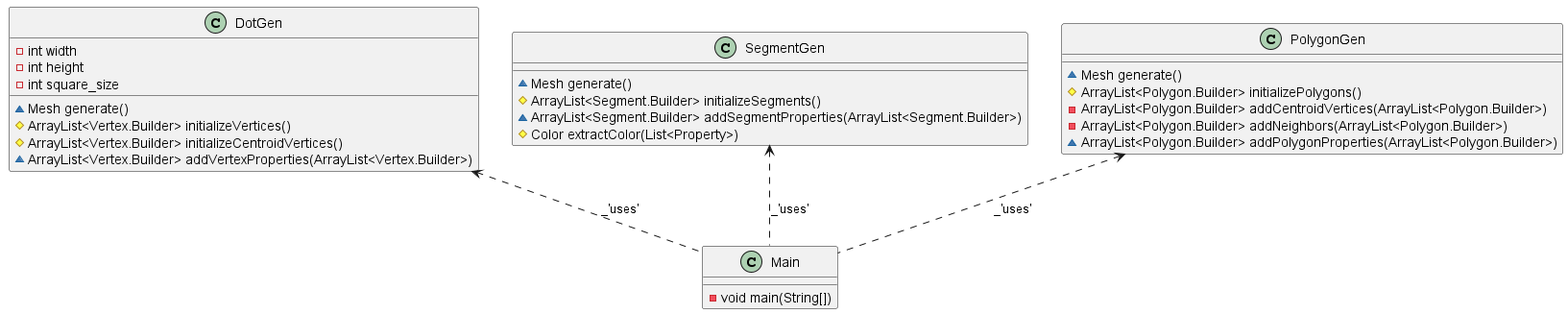
The PlantUML diagram diagrams/generator.png in AliMVirk/Island-Mesh-Generator, before a commit.
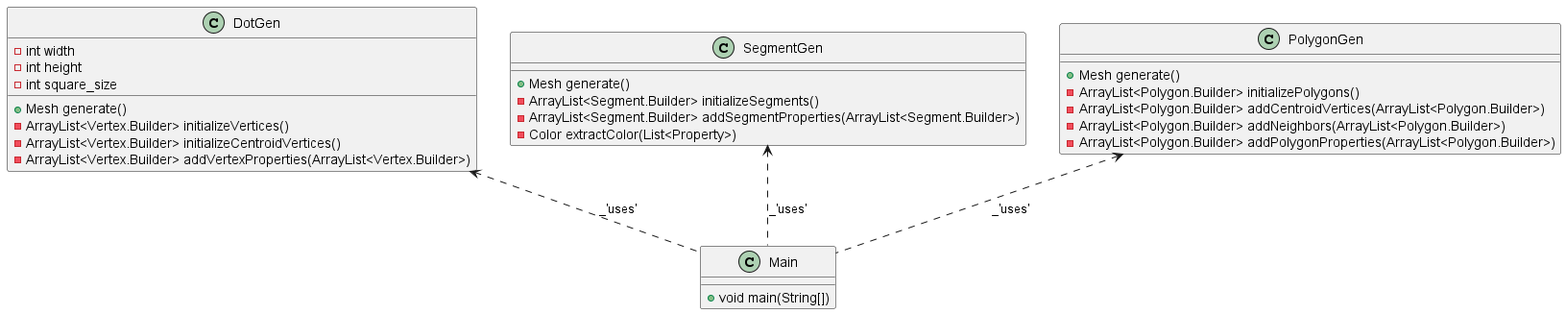
The same file after the commit.

Commit message:
Update class diagrams to reflect part 2

Change to the diagram source:
```diff
@@ -4,29 +4,29 @@
     -int width
     -int height
     -int square_size
-    ~Mesh generate()
-    #ArrayList<Vertex.Builder> initializeVertices()
-    #ArrayList<Vertex.Builder> initializeCentroidVertices()
-    ~ArrayList<Vertex.Builder> addVertexProperties(ArrayList<Vertex.Builder>)
+    +Mesh generate()
+    -ArrayList<Vertex.Builder> initializeVertices()
+    -ArrayList<Vertex.Builder> initializeCentroidVertices()
+    -ArrayList<Vertex.Builder> addVertexProperties(ArrayList<Vertex.Builder>)
 }
 
 class SegmentGen {
-    ~Mesh generate()
-    #ArrayList<Segment.Builder> initializeSegments()
-    ~ArrayList<Segment.Builder> addSegmentProperties(ArrayList<Segment.Builder>)
-    #Color extractColor(List<Property>)
+    +Mesh generate()
+    -ArrayList<Segment.Builder> initializeSegments()
+    -ArrayList<Segment.Builder> addSegmentProperties(ArrayList<Segment.Builder>)
+    -Color extractColor(List<Property>)
 }
 
 class PolygonGen {
-    ~Mesh generate()
-    #ArrayList<Polygon.Builder> initializePolygons()
+    +Mesh generate()
+    -ArrayList<Polygon.Builder> initializePolygons()
     -ArrayList<Polygon.Builder> addCentroidVertices(ArrayList<Polygon.Builder>)
     -ArrayList<Polygon.Builder> addNeighbors(ArrayList<Polygon.Builder>)
-    ~ArrayList<Polygon.Builder> addPolygonProperties(ArrayList<Polygon.Builder>)
+    -ArrayList<Polygon.Builder> addPolygonProperties(ArrayList<Polygon.Builder>)
 }
 
 class Main {
-    -void main(String[])
+    +void main(String[])
 }
 
 DotGen <.. Main : _'uses'
```
